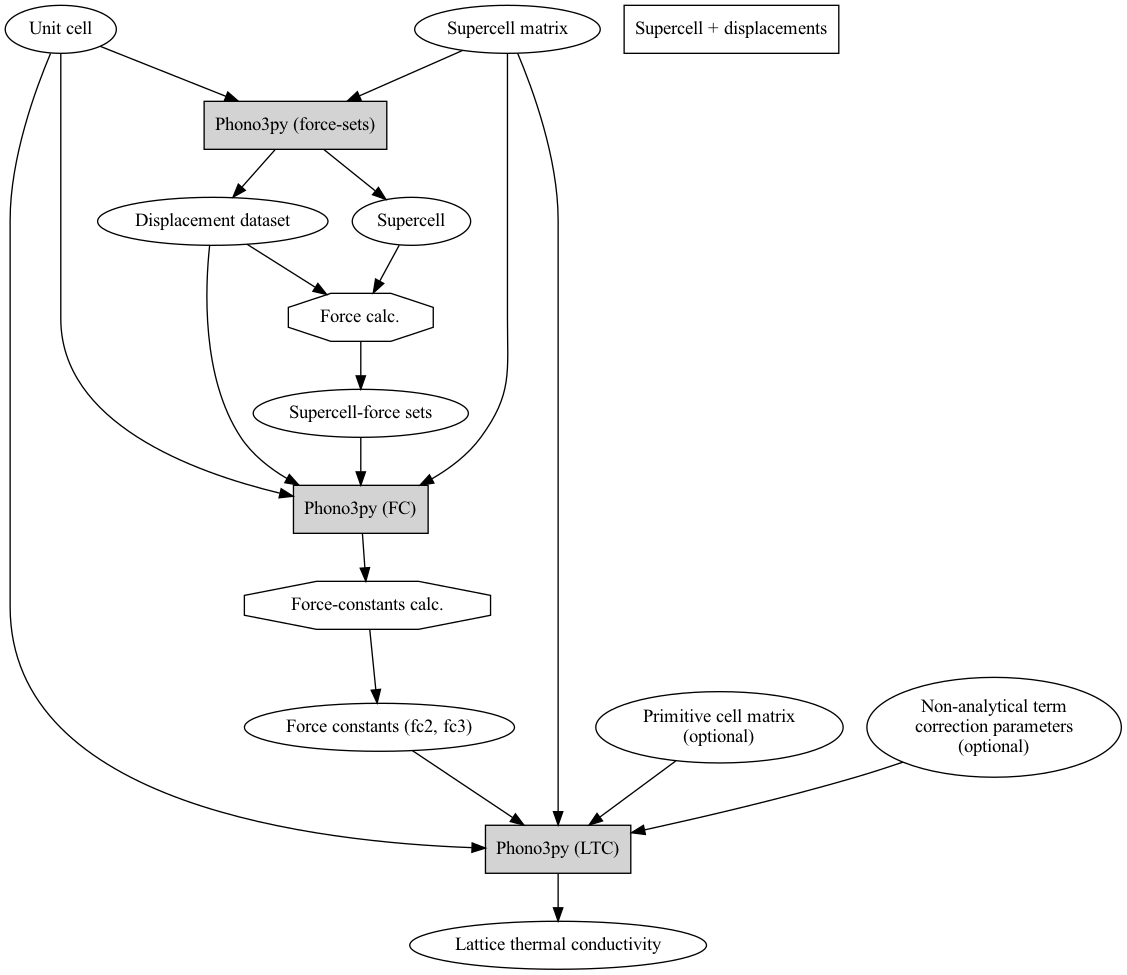
Before: doc/procedure.png, a diagram exported from Graphviz (phonopy/phono3py). Its source is kept beside it as doc/_static/procedure.dot.
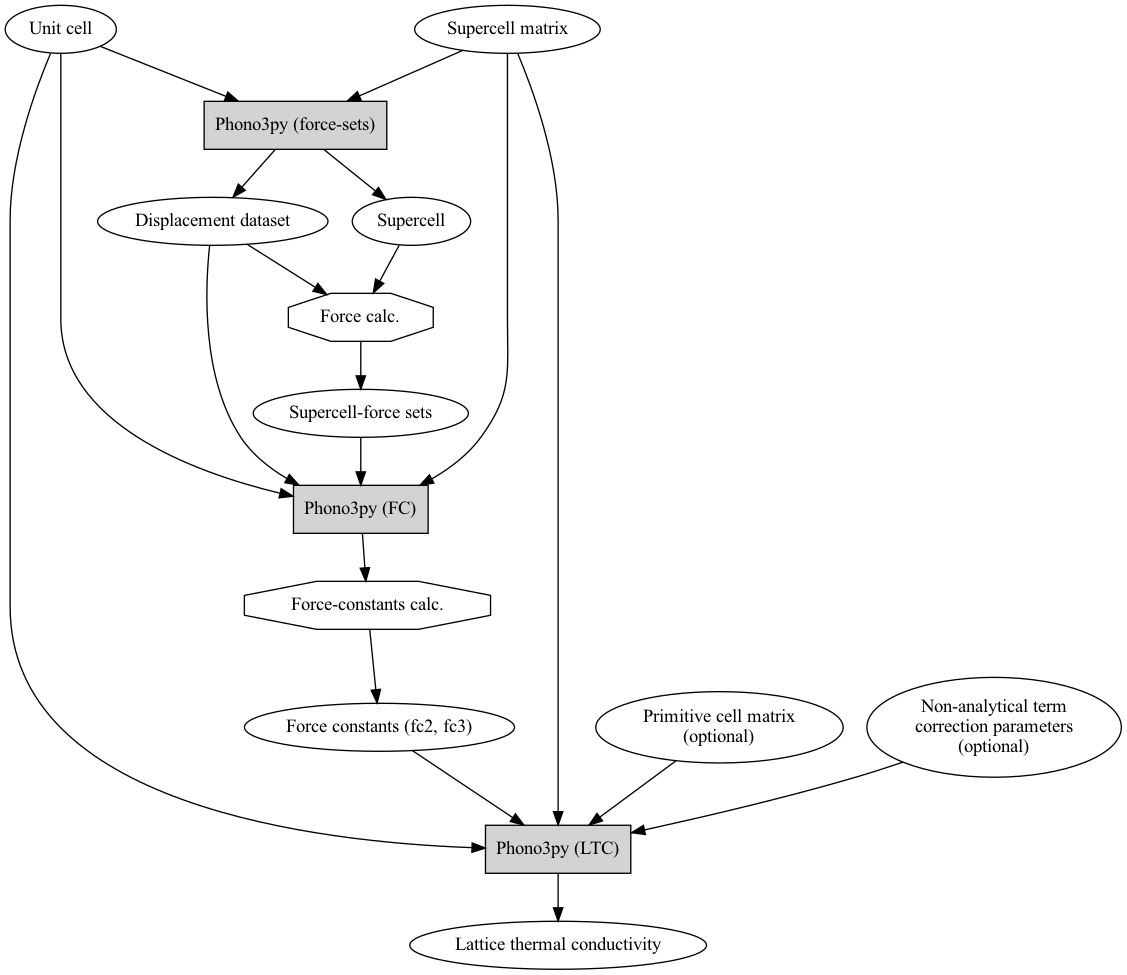
The same diagram one commit later.

What changed in the source:
```diff
@@ -3,7 +3,6 @@
   "Phono3py (force-sets)" [shape = box, style = filled];
   "Phono3py (FC)" [shape = box, style = filled];
   "Phono3py (LTC)" [shape = box, style = filled];
-  "Supercell + displacements" [shape = box];
   "Force calc." [shape = octagon];
   "Force-constants calc." [shape = octagon];
 
```
